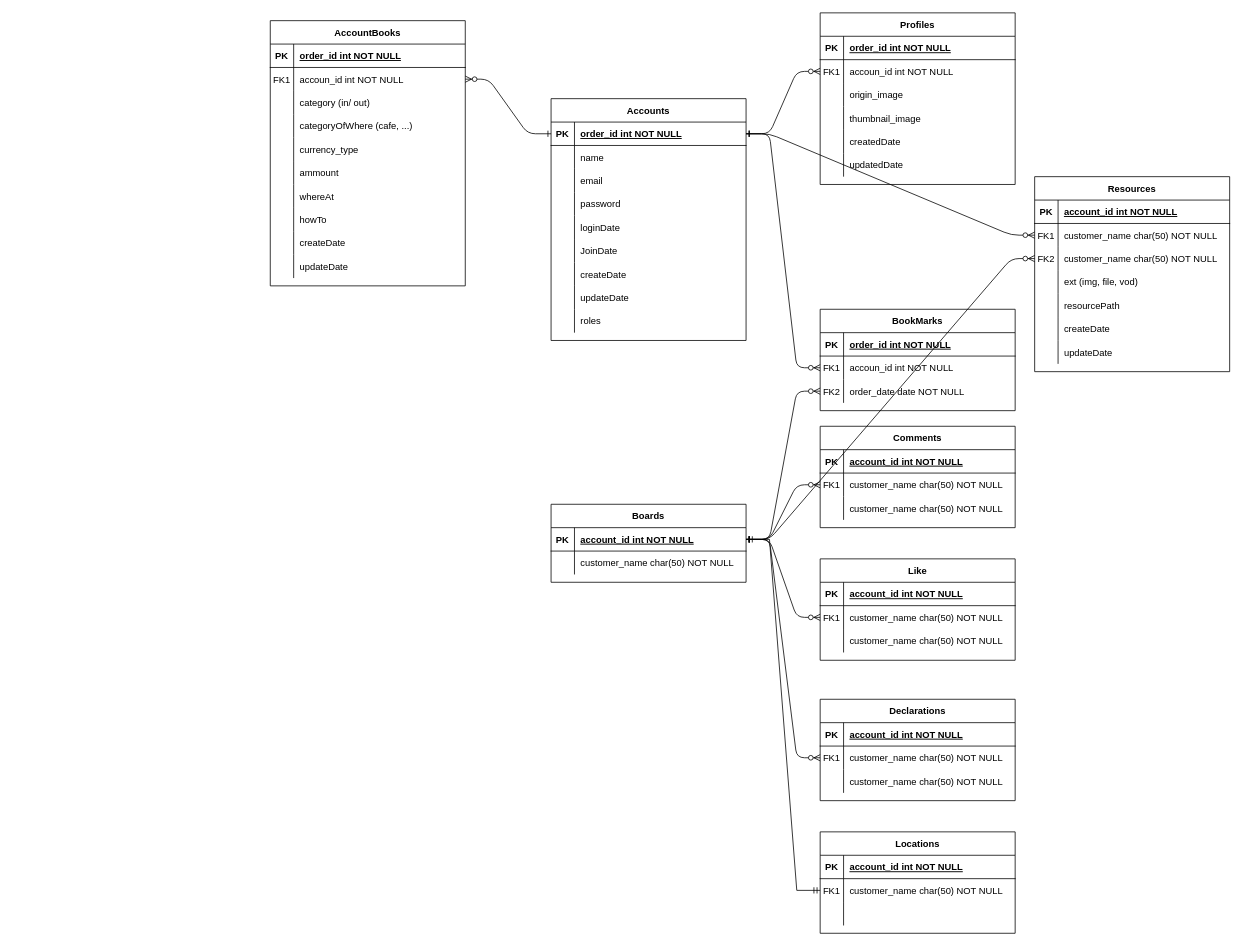
The draw.io diagram Untitled Diagram.drawio in gitSaein/chat-service, before the edit. Source tidied: cells renumbered, new cells numbered last; positions are measured from the earlier drawing's top-left corner, leaving out a move shared by most shapes. Both pictures are drawn from the tidied source at 78%, with x=0, y=0 at pixel (270, 12).
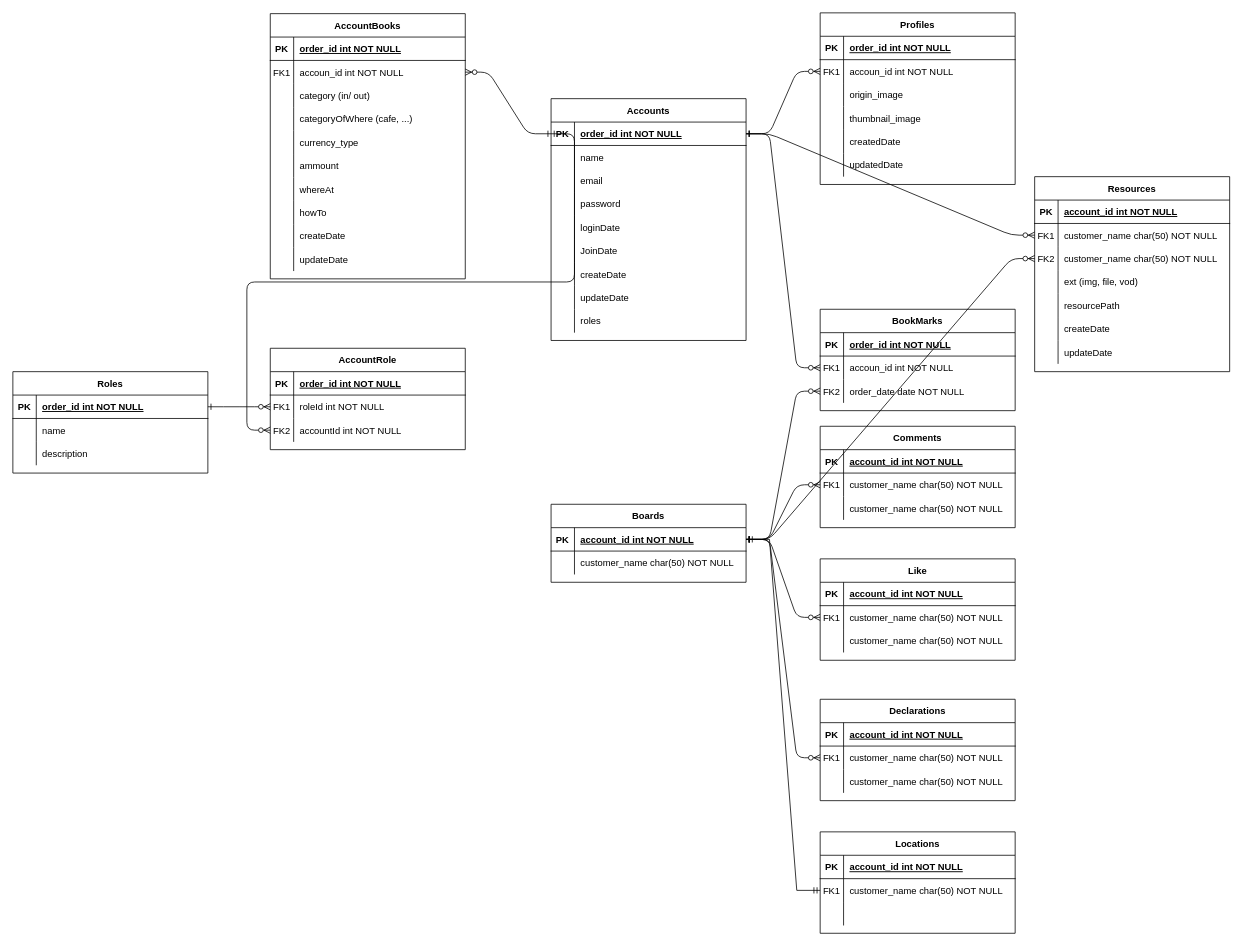
Above is the later version.

Unchanged cells that the change refers to:
```xml
<mxCell id="55" style="shape=partialRectangle;fillColor=none;points=[[0,0.5],[1,0.5]];portConstraint=eastwest;top=0;left=0;right=0;bottom=1;" parent="54" vertex="1">
  <mxGeometry y="30" width="250" height="30" as="geometry" />
</mxCell>
```

Change to the diagram source:
```diff
@@
     <mxCell id="137" value="AccountBooks" style="shape=table;startSize=30;childLayout=tableLayout;rowLines=0;fontStyle=1;align=center;" parent="1" vertex="1">
-      <mxGeometry y="10" width="250" height="340" as="geometry" />
+      <mxGeometry y="1" width="250" height="340" as="geometry" />
     </mxCell>
@@
+    <mxCell id="169" value="Roles" style="shape=table;startSize=30;childLayout=tableLayout;rowLines=0;fontStyle=1;align=center;" parent="1" vertex="1">
+      <mxGeometry x="-330" y="460" width="250" height="130" as="geometry" />
+    </mxCell>
+    <mxCell id="170" style="shape=partialRectangle;fillColor=none;points=[[0,0.5],[1,0.5]];portConstraint=eastwest;top=0;left=0;right=0;bottom=1;" parent="169" vertex="1">
+      <mxGeometry y="30" width="250" height="30" as="geometry" />
+    </mxCell>
+    <mxCell id="171" value="PK" style="shape=partialRectangle;overflow=hidden;fillColor=none;top=0;left=0;bottom=0;right=0;fontStyle=1;" parent="170" vertex="1">
+      <mxGeometry width="30" height="30" as="geometry" />
+    </mxCell>
+    <mxCell id="172" value="order_id int NOT NULL " style="shape=partialRectangle;overflow=hidden;fillColor=none;top=0;left=0;bottom=0;right=0;align=left;spacingLeft=6;fontStyle=5;" parent="170" vertex="1">
+      <mxGeometry x="30" width="220" height="30" as="geometry" />
+    </mxCell>
+    <mxCell id="173" style="shape=partialRectangle;fillColor=none;top=0;left=0;right=0;bottom=0;" parent="169" vertex="1">
+      <mxGeometry y="60" width="250" height="30" as="geometry" />
+    </mxCell>
+    <mxCell id="174" style="shape=partialRectangle;overflow=hidden;fillColor=none;top=0;left=0;bottom=0;right=0;" parent="173" vertex="1">
+      <mxGeometry width="30" height="30" as="geometry" />
+    </mxCell>
+    <mxCell id="175" value="name" style="shape=partialRectangle;overflow=hidden;fillColor=none;top=0;left=0;bottom=0;right=0;align=left;spacingLeft=6;" parent="173" vertex="1">
+      <mxGeometry x="30" width="220" height="30" as="geometry" />
+    </mxCell>
+    <mxCell id="176" style="shape=partialRectangle;fillColor=none;top=0;left=0;right=0;bottom=0;" parent="169" vertex="1">
+      <mxGeometry y="90" width="250" height="30" as="geometry" />
+    </mxCell>
+    <mxCell id="177" style="shape=partialRectangle;overflow=hidden;fillColor=none;top=0;left=0;bottom=0;right=0;" parent="176" vertex="1">
+      <mxGeometry width="30" height="30" as="geometry" />
+    </mxCell>
+    <mxCell id="178" value="description" style="shape=partialRectangle;overflow=hidden;fillColor=none;top=0;left=0;bottom=0;right=0;align=left;spacingLeft=6;" parent="176" vertex="1">
+      <mxGeometry x="30" width="220" height="30" as="geometry" />
+    </mxCell>
+    <mxCell id="179" value="AccountRole" style="shape=table;startSize=30;childLayout=tableLayout;rowLines=0;fontStyle=1;align=center;" parent="1" vertex="1">
+      <mxGeometry y="430" width="250" height="130" as="geometry" />
+    </mxCell>
+    <mxCell id="180" style="shape=partialRectangle;fillColor=none;top=0;left=0;right=0;bottom=1;" parent="179" vertex="1">
+      <mxGeometry y="30" width="250" height="30" as="geometry" />
+    </mxCell>
+    <mxCell id="181" value="PK" style="shape=partialRectangle;overflow=hidden;fillColor=none;top=0;left=0;bottom=0;right=0;fontStyle=1;" parent="180" vertex="1">
+      <mxGeometry width="30" height="30" as="geometry" />
+    </mxCell>
+    <mxCell id="182" value="order_id int NOT NULL " style="shape=partialRectangle;overflow=hidden;fillColor=none;top=0;left=0;bottom=0;right=0;align=left;spacingLeft=6;fontStyle=5;" parent="180" vertex="1">
+      <mxGeometry x="30" width="220" height="30" as="geometry" />
+    </mxCell>
+    <mxCell id="183" style="shape=partialRectangle;fillColor=none;points=[[0,0.5],[1,0.5]];portConstraint=eastwest;top=0;left=0;right=0;bottom=0;" parent="179" vertex="1">
+      <mxGeometry y="60" width="250" height="30" as="geometry" />
+    </mxCell>
+    <mxCell id="184" value="FK1" style="shape=partialRectangle;overflow=hidden;fillColor=none;top=0;left=0;bottom=0;right=0;" parent="183" vertex="1">
+      <mxGeometry width="30" height="30" as="geometry" />
+    </mxCell>
+    <mxCell id="185" value="roleId int NOT NULL" style="shape=partialRectangle;overflow=hidden;fillColor=none;top=0;left=0;bottom=0;right=0;align=left;spacingLeft=6;" parent="183" vertex="1">
+      <mxGeometry x="30" width="220" height="30" as="geometry" />
+    </mxCell>
+    <mxCell id="186" style="shape=partialRectangle;fillColor=none;top=0;left=0;right=0;bottom=0;" parent="179" vertex="1">
+      <mxGeometry y="90" width="250" height="30" as="geometry" />
+    </mxCell>
+    <mxCell id="187" value="FK2" style="shape=partialRectangle;overflow=hidden;fillColor=none;top=0;left=0;bottom=0;right=0;" parent="186" vertex="1">
+      <mxGeometry width="30" height="30" as="geometry" />
+    </mxCell>
+    <mxCell id="188" value="accountId int NOT NULL" style="shape=partialRectangle;overflow=hidden;fillColor=none;top=0;left=0;bottom=0;right=0;align=left;spacingLeft=6;" parent="186" vertex="1">
+      <mxGeometry x="30" width="220" height="30" as="geometry" />
+    </mxCell>
+    <mxCell id="189" style="edgeStyle=entityRelationEdgeStyle;endArrow=ERzeroToMany;startArrow=ERone;endFill=1;startFill=0;exitX=1;exitY=0.5;exitDx=0;exitDy=0;entryX=0;entryY=0.5;entryDx=0;entryDy=0;" parent="1" edge="1" source="170" target="183">
+      <mxGeometry relative="1" as="geometry" />
+    </mxCell>
+    <mxCell id="190" style="edgeStyle=entityRelationEdgeStyle;endArrow=ERzeroToMany;startArrow=ERone;endFill=1;startFill=0;exitX=0;exitY=0.5;exitDx=0;exitDy=0;" parent="1" edge="1" source="55">
+      <mxGeometry relative="1" as="geometry">
+        <mxPoint y="535" as="targetPoint" />
+      </mxGeometry>
+    </mxCell>
```
